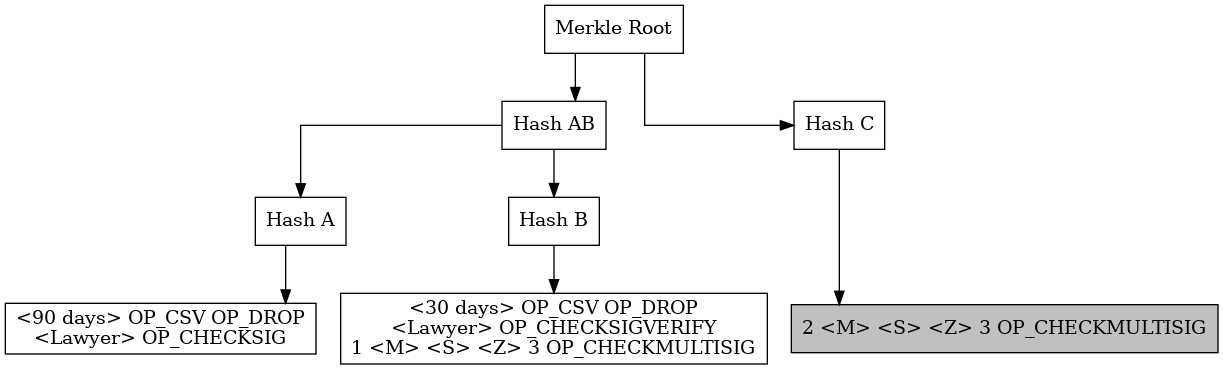
Earlier version of the Graphviz export images/mast3.dot.png (bitcoinbook/bitcoinbook). Its source is kept beside it as images/mast3.dot.
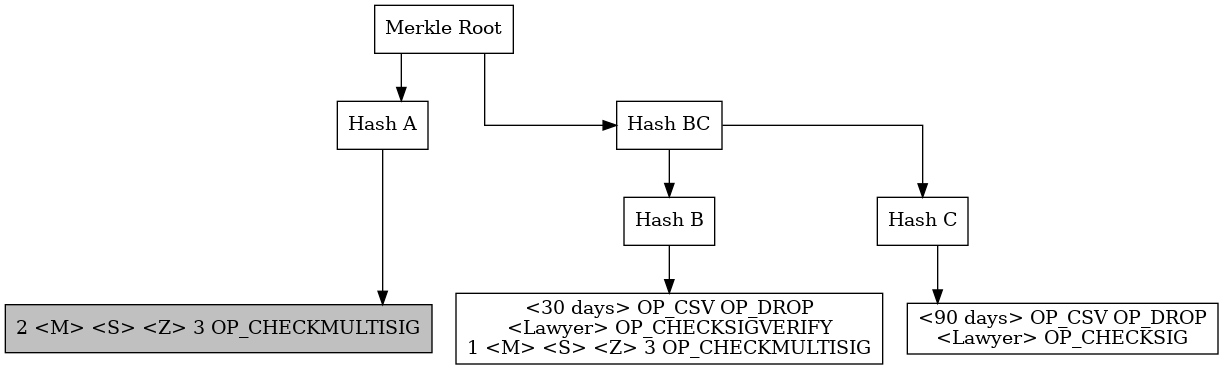
Later version of the same file.

The edit, as a diff of the source:
```diff
@@ -2,20 +2,20 @@
     splines=ortho;
     node [shape=box, style="filled", color="black", fontcolor="black", fillcolor="white"];
 
-    "Merkle Root" -> "Hash AB";
-    "Merkle Root" -> "Hash C";
-    "Hash AB" -> "Hash A";
-    "Hash AB" -> "Hash B";
-    "Hash A" -> "A";
+    "Merkle Root" -> "Hash A";
+    "Merkle Root" -> "Hash BC";
+    "Hash BC" -> "Hash B";
+    "Hash BC" -> "Hash C";
+    "Hash A" -> "A" [minlen = 2];
     "Hash B" -> "B";
-    "Hash C" -> "C" [minlen = 2];
+    "Hash C" -> "C";
 
     "Merkle Root" [label="Merkle Root"];
-    "Hash AB" [label="Hash AB"];
+    "Hash BC" [label="Hash BC"];
     "Hash A" [label="Hash A"];
     "Hash B" [label="Hash B"];
     "Hash C" [label="Hash C"];
-    "C" [label="2 <M> <S> <Z> 3 OP_CHECKMULTISIG", style="filled", fillcolor="silver"];
+    "A" [label="2 <M> <S> <Z> 3 OP_CHECKMULTISIG", style="filled", fillcolor="silver"];
     "B" [label="<30 days> OP_CSV OP_DROP\n<Lawyer> OP_CHECKSIGVERIFY\n1 <M> <S> <Z> 3 OP_CHECKMULTISIG"];
-    "A" [label="<90 days> OP_CSV OP_DROP\n<Lawyer> OP_CHECKSIG"];
+    "C" [label="<90 days> OP_CSV OP_DROP\n<Lawyer> OP_CHECKSIG"];
 }
```
